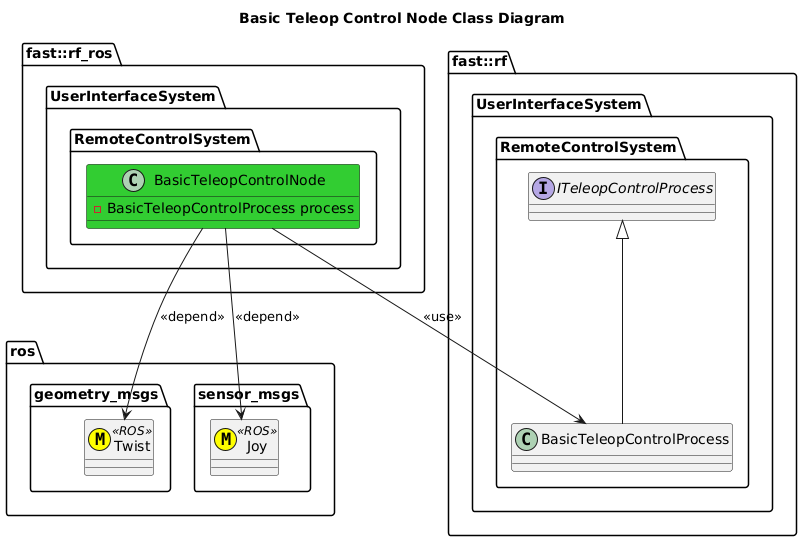
Above: Systems/UserInterface/Subsystems/RemoteControl/Nodes/TeleopControl/BasicTeleopControlNode/doc/puml/BasicTeleopControlNodeClassDiagram.png in fastrobotics/robot_framework_ros (PlantUML), before the change.
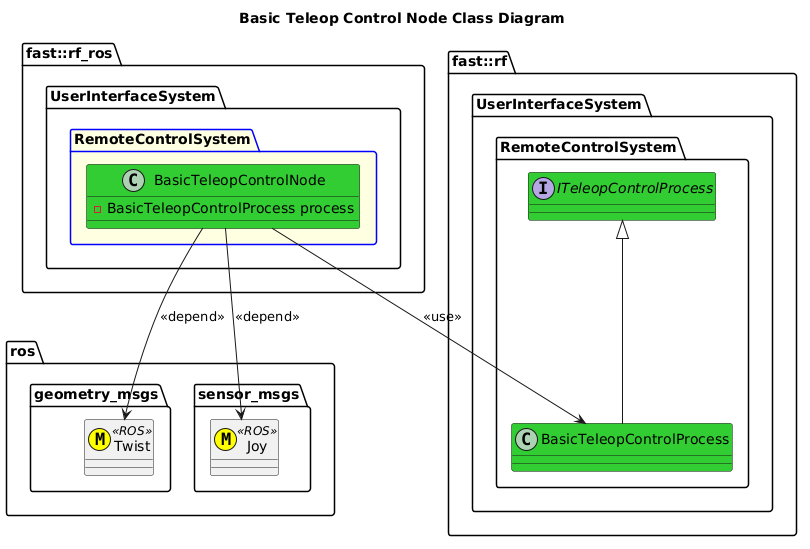
The same diagram one commit later.

The edit, as a diff of the source:
```diff
@@ -12,15 +12,15 @@
 namespace fast::rf {
     namespace UserInterfaceSystem {
         namespace RemoteControlSystem {
-            interface ITeleopControlProcess
-            class BasicTeleopControlProcess
+            interface ITeleopControlProcess #LimeGreen {}
+            class BasicTeleopControlProcess #LimeGreen {}
             BasicTeleopControlProcess -up-|> ITeleopControlProcess
         }
     }
 }
 namespace fast::rf_ros {
    namespace UserInterfaceSystem {
-        namespace RemoteControlSystem {
+        package RemoteControlSystem #LightYellow;line:blue {
             class BasicTeleopControlNode #LimeGreen {
                 -BasicTeleopControlProcess process
             }
```
